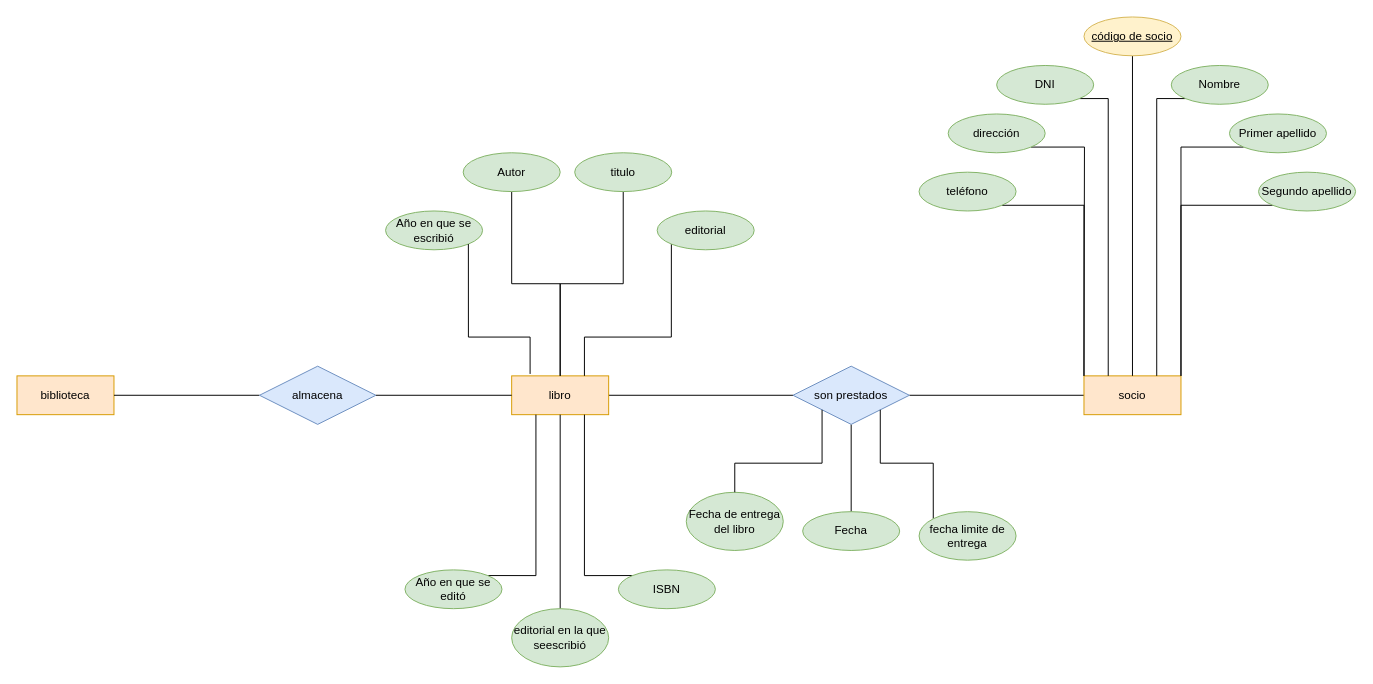
Earlier version of the draw.io diagram Tarea7_BAE.drawio (GRMiguelAngel/Base-Datos). Source tidied: cells renumbered, new cells numbered last; positions are measured from the earlier drawing's top-left corner, leaving out a move shared by most shapes. Both pictures are drawn from the tidied source at 97%, with x=0, y=0 at pixel (16, 16).
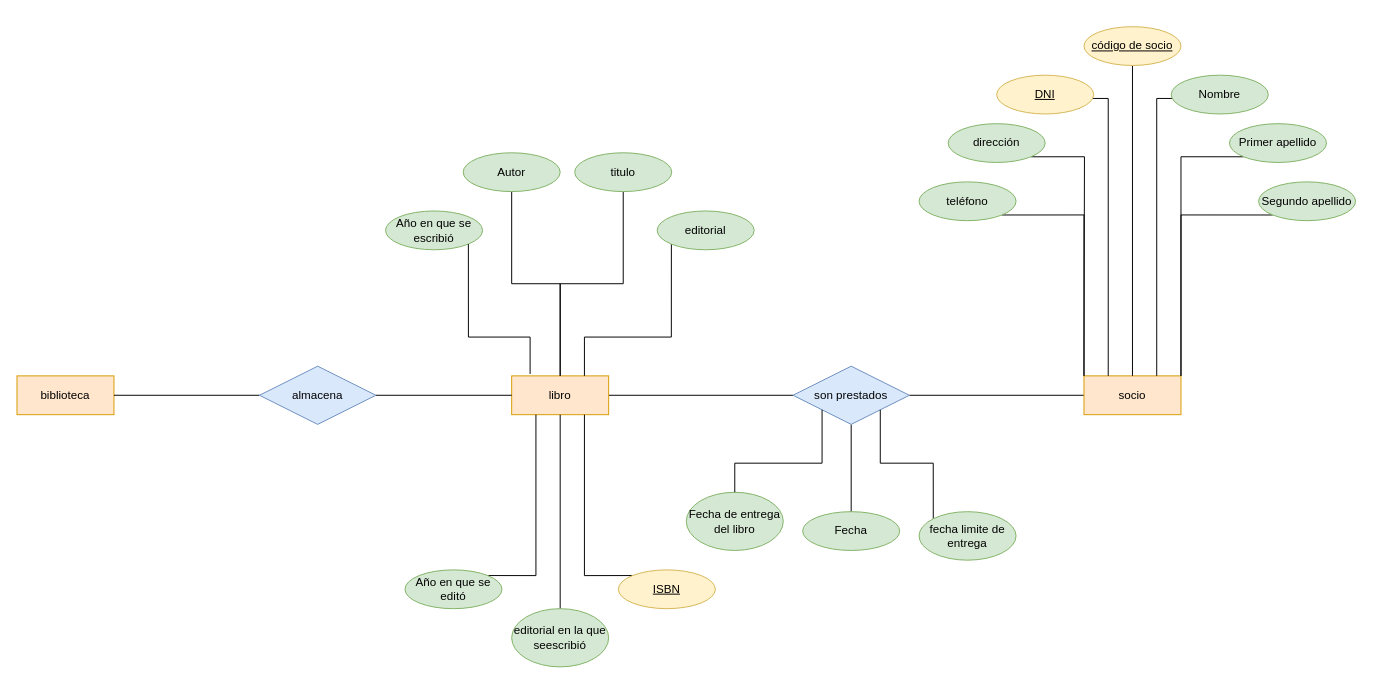
After the change.

Diff of the diagram source:
```diff
@@
     <mxCell id="13" value="código de socio" style="ellipse;whiteSpace=wrap;html=1;align=center;fontStyle=4;fillColor=#fff2cc;strokeColor=#d6b656;" parent="1" vertex="1">
-      <mxGeometry x="1100" width="100" height="40" as="geometry" />
+      <mxGeometry x="1100" y="10" width="100" height="40" as="geometry" />
     </mxCell>
@@
     <mxCell id="15" value="Nombre" style="ellipse;whiteSpace=wrap;html=1;align=center;fillColor=#d5e8d4;strokeColor=#82b366;" parent="1" vertex="1">
-      <mxGeometry x="1190" y="50" width="100" height="40" as="geometry" />
+      <mxGeometry x="1190" y="60" width="100" height="40" as="geometry" />
     </mxCell>
@@
     <mxCell id="17" value="Primer apellido" style="ellipse;whiteSpace=wrap;html=1;align=center;fillColor=#d5e8d4;strokeColor=#82b366;" parent="1" vertex="1">
-      <mxGeometry x="1250" y="100" width="100" height="40" as="geometry" />
+      <mxGeometry x="1250" y="110" width="100" height="40" as="geometry" />
     </mxCell>
@@
     <mxCell id="19" value="Segundo apellido" style="ellipse;whiteSpace=wrap;html=1;align=center;fillColor=#d5e8d4;strokeColor=#82b366;" parent="1" vertex="1">
-      <mxGeometry x="1280" y="160" width="100" height="40" as="geometry" />
+      <mxGeometry x="1280" y="170" width="100" height="40" as="geometry" />
     </mxCell>
@@
     <mxCell id="21" value="dirección" style="ellipse;whiteSpace=wrap;html=1;align=center;fillColor=#d5e8d4;strokeColor=#82b366;" parent="1" vertex="1">
-      <mxGeometry x="960" y="100" width="100" height="40" as="geometry" />
+      <mxGeometry x="960" y="110" width="100" height="40" as="geometry" />
     </mxCell>
@@
     <mxCell id="23" value="teléfono" style="ellipse;whiteSpace=wrap;html=1;align=center;fillColor=#d5e8d4;strokeColor=#82b366;" parent="1" vertex="1">
-      <mxGeometry x="930" y="160" width="100" height="40" as="geometry" />
+      <mxGeometry x="930" y="170" width="100" height="40" as="geometry" />
     </mxCell>
@@
-    <mxCell id="25" value="DNI" style="ellipse;whiteSpace=wrap;html=1;align=center;fillColor=#d5e8d4;strokeColor=#82b366;" parent="1" vertex="1">
-      <mxGeometry x="1010" y="50" width="100" height="40" as="geometry" />
+    <mxCell id="25" value="DNI" style="whiteSpace=wrap;html=1;align=center;fillColor=#fff2cc;strokeColor=#d6b656;shape=ellipse;perimeter=ellipsePerimeter;fontStyle=4;" parent="1" vertex="1">
+      <mxGeometry x="1010" y="60" width="100" height="40" as="geometry" />
     </mxCell>
@@
-    <mxCell id="38" value="ISBN" style="ellipse;whiteSpace=wrap;html=1;align=center;fillColor=#d5e8d4;strokeColor=#82b366;" parent="1" vertex="1">
+    <mxCell id="38" value="ISBN" style="whiteSpace=wrap;html=1;align=center;fillColor=#fff2cc;strokeColor=#d6b656;shape=ellipse;perimeter=ellipsePerimeter;fontStyle=4;" parent="1" vertex="1">
       <mxGeometry x="620" y="570" width="100" height="40" as="geometry" />
     </mxCell>
```
